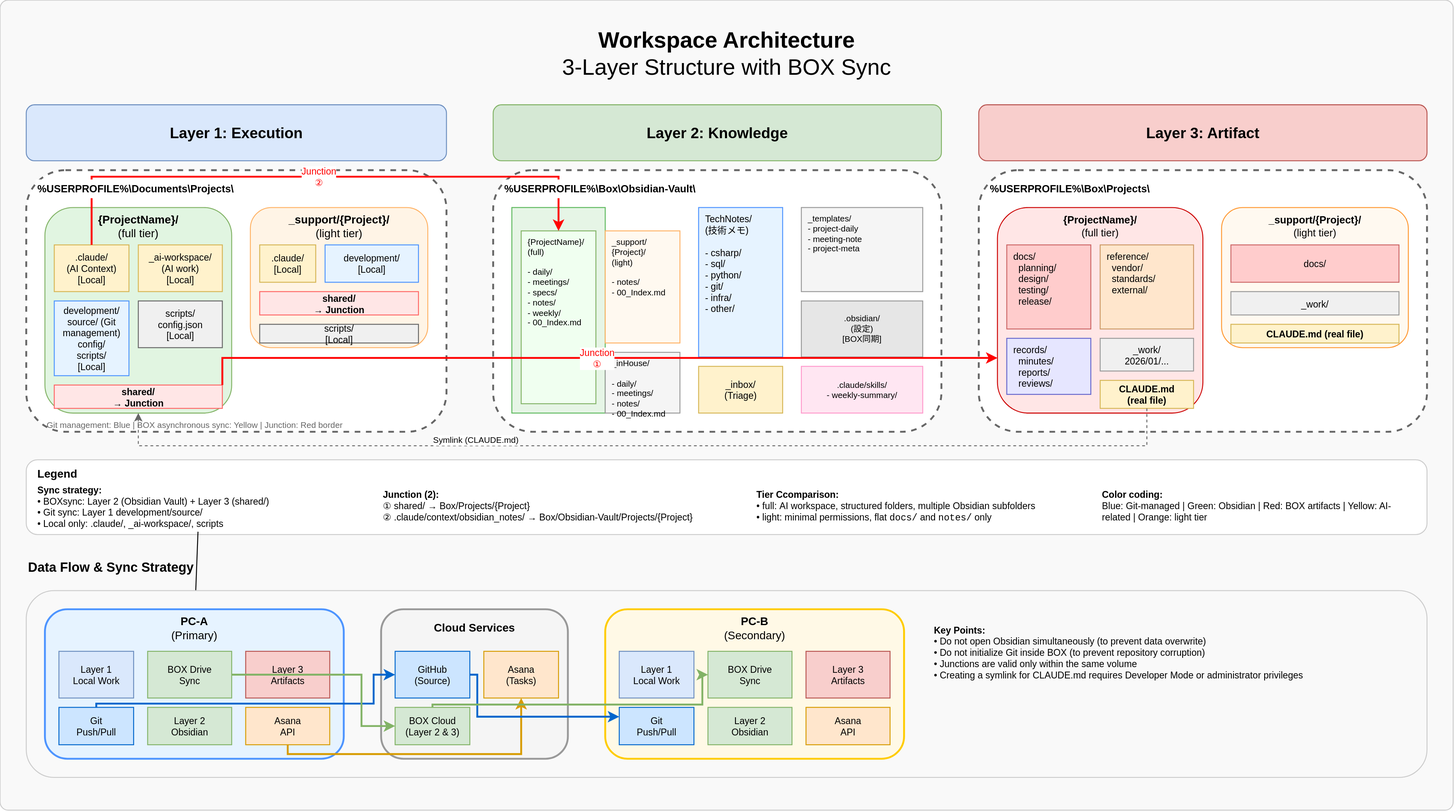
This is _asset/ai-collab-folder-structure.drawio.svg from yt3trees/ai-collab-folder-structure, a draw.io export, as it was before one commit. Source tidied: cells renumbered, new cells last; positions are measured from the earlier drawing's top-left corner, leaving out a move shared by most shapes.
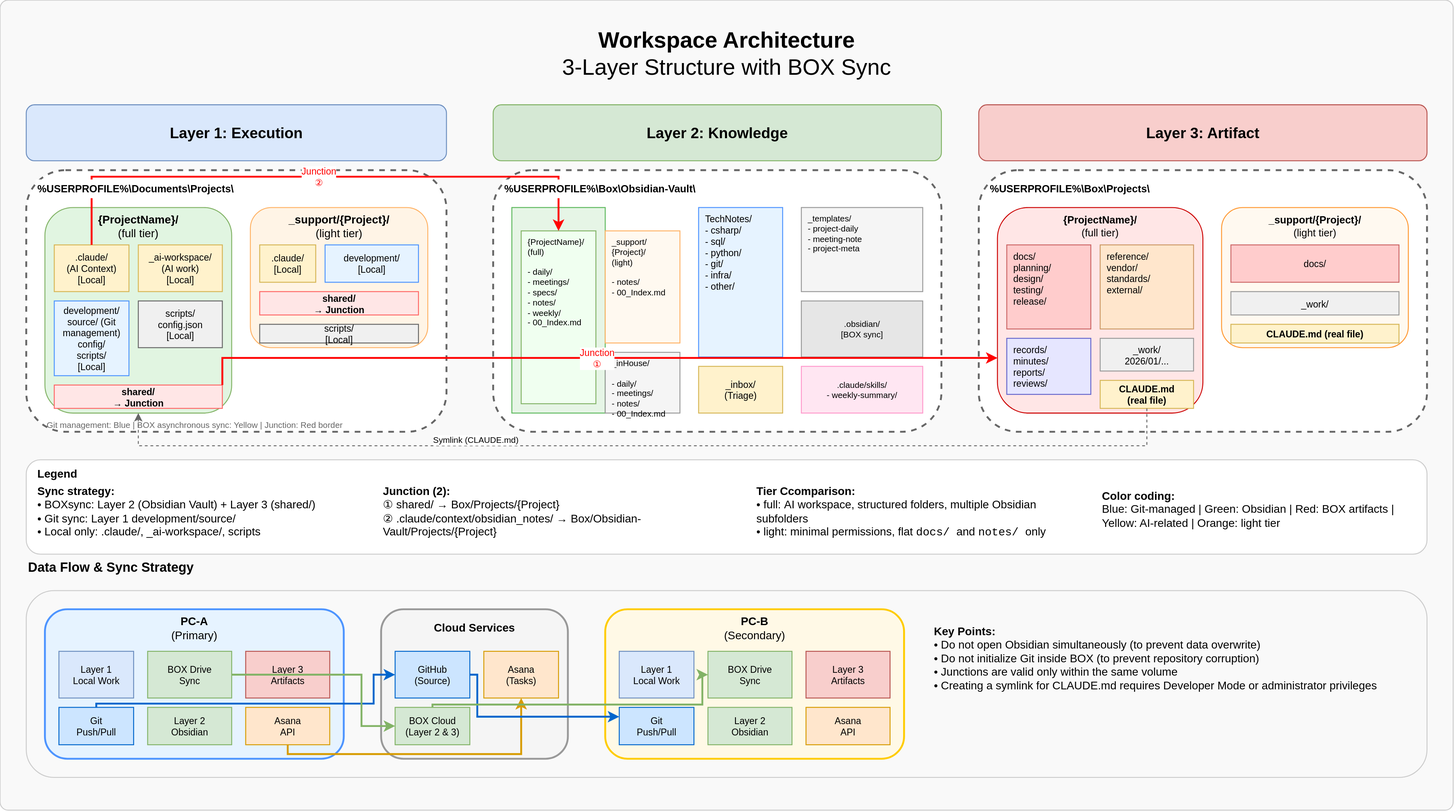
After the commit.

The edit, as a diff of the source:
```diff
@@ -74,7 +74,7 @@
     <mxCell id="25" value="_inHouse/&#10;&#10;- daily/&#10;- meetings/&#10;- notes/&#10;- 00_Index.md" style="rounded=0;whiteSpace=wrap;html=1;fillColor=#f5f5f5;strokeColor=#999999;fontSize=9;align=left;verticalAlign=top;spacingLeft=5;" parent="1" vertex="1">
       <mxGeometry x="648" y="377" width="80" height="65" as="geometry" />
     </mxCell>
-    <mxCell id="26" value="TechNotes/&#10;(技術メモ)&#10;&#10;- csharp/&#10;- sql/&#10;- python/&#10;- git/&#10;- infra/&#10;- other/" style="rounded=0;whiteSpace=wrap;html=1;fillColor=#e6f3ff;strokeColor=#4d94ff;fontSize=10;align=left;verticalAlign=top;spacingLeft=5;" parent="1" vertex="1">
+    <mxCell id="26" value="TechNotes/&lt;br&gt;- csharp/&lt;br&gt;- sql/&lt;br&gt;- python/&lt;br&gt;- git/&lt;br&gt;- infra/&lt;br&gt;- other/" style="rounded=0;whiteSpace=wrap;html=1;fillColor=#e6f3ff;strokeColor=#4d94ff;fontSize=10;align=left;verticalAlign=top;spacingLeft=5;" parent="1" vertex="1">
       <mxGeometry x="748" y="222" width="90" height="160" as="geometry" />
     </mxCell>
     <mxCell id="27" value="_inbox/&#10;(Triage)" style="rounded=0;whiteSpace=wrap;html=1;fillColor=#fff2cc;strokeColor=#d6b656;fontSize=10;" parent="1" vertex="1">
@@ -83,7 +83,7 @@
     <mxCell id="28" value="_templates/&#10;- project-daily&#10;- meeting-note&#10;- project-meta" style="rounded=0;whiteSpace=wrap;html=1;fillColor=#f5f5f5;strokeColor=#999999;fontSize=9;align=left;verticalAlign=top;spacingLeft=5;" parent="1" vertex="1">
       <mxGeometry x="858" y="222" width="130" height="90" as="geometry" />
     </mxCell>
-    <mxCell id="29" value=".obsidian/&#10;(設定)&#10;[BOX同期]" style="rounded=0;whiteSpace=wrap;html=1;fillColor=#e6e6e6;strokeColor=#999999;fontSize=9;" parent="1" vertex="1">
+    <mxCell id="29" value=".obsidian/&lt;br&gt;[BOX sync]" style="rounded=0;whiteSpace=wrap;html=1;fillColor=#e6e6e6;strokeColor=#999999;fontSize=9;" parent="1" vertex="1">
       <mxGeometry x="858" y="322" width="130" height="60" as="geometry" />
     </mxCell>
     <mxCell id="30" value=".claude/skills/&#10;- weekly-summary/" style="rounded=0;whiteSpace=wrap;html=1;fillColor=#ffe6f2;strokeColor=#ff99cc;fontSize=9;" parent="1" vertex="1">
@@ -135,24 +135,21 @@
       <mxGeometry x="1318" y="347" width="180" height="20" as="geometry" />
     </mxCell>
     <mxCell id="46" style="rounded=1;whiteSpace=wrap;html=1;fillColor=#ffffff;strokeColor=#cccccc;strokeWidth=1;" parent="1" vertex="1">
-      <mxGeometry x="28" y="492" width="1500" height="80" as="geometry" />
+      <mxGeometry x="28" y="492" width="1500" height="101" as="geometry" />
     </mxCell>
     <mxCell id="47" value="&lt;b&gt;Legend&lt;/b&gt;" style="text;html=1;strokeColor=none;fillColor=none;align=left;verticalAlign=middle;whiteSpace=wrap;rounded=0;fontSize=12;" parent="1" vertex="1">
       <mxGeometry x="38" y="497" width="100" height="20" as="geometry" />
     </mxCell>
-    <mxCell id="48" style="edgeStyle=none;html=1;" parent="1" edge="1" source="49" target="60">
-      <mxGeometry relative="1" as="geometry" />
-    </mxCell>
-    <mxCell id="49" value="&lt;b&gt;Sync strategy:&lt;/b&gt;&lt;br&gt;• BOXsync: Layer 2 (Obsidian Vault) + Layer 3 (shared/)&lt;br&gt;• Git sync: Layer 1 development/source/&lt;br&gt;• Local only: .claude/, _ai-workspace/, scripts" style="text;html=1;strokeColor=none;fillColor=none;align=left;verticalAlign=top;whiteSpace=wrap;rounded=0;fontSize=10;" parent="1" vertex="1">
+    <mxCell id="49" value="&lt;b&gt;Sync strategy:&lt;/b&gt;&lt;br&gt;• BOXsync: Layer 2 (Obsidian Vault) + Layer 3 (shared/)&lt;br&gt;• Git sync: Layer 1 development/source/&lt;br&gt;• Local only: .claude/, _ai-workspace/, scripts" style="text;html=1;strokeColor=none;fillColor=none;align=left;verticalAlign=top;whiteSpace=wrap;rounded=0;fontSize=12;" parent="1" vertex="1">
       <mxGeometry x="38" y="512" width="350" height="57" as="geometry" />
     </mxCell>
-    <mxCell id="50" value="&lt;b&gt;Junction (2):&lt;/b&gt;&lt;br&gt;① shared/ → Box/Projects/{Project}&lt;br&gt;② .claude/context/obsidian_notes/ → Box/Obsidian-Vault/Projects/{Project}" style="text;html=1;strokeColor=none;fillColor=none;align=left;verticalAlign=top;whiteSpace=wrap;rounded=0;fontSize=10;" parent="1" vertex="1">
-      <mxGeometry x="408" y="517" width="380" height="50" as="geometry" />
+    <mxCell id="50" value="&lt;b&gt;Junction (2):&lt;/b&gt;&lt;br&gt;① shared/ → Box/Projects/{Project}&lt;br&gt;② .claude/context/obsidian_notes/ → Box/Obsidian-Vault/Projects/{Project}" style="text;html=1;strokeColor=none;fillColor=none;align=left;verticalAlign=top;whiteSpace=wrap;rounded=0;fontSize=12;" parent="1" vertex="1">
+      <mxGeometry x="408" y="512" width="380" height="50" as="geometry" />
     </mxCell>
-    <mxCell id="51" value="&lt;b&gt;Tier Ccomparison:&lt;/b&gt;&lt;br&gt;• full:&amp;nbsp;AI workspace, structured folders, multiple Obsidian subfolders&lt;br&gt;• light: minimal permissions, flat &lt;code&gt;docs/&lt;/code&gt; and &lt;code&gt;notes/&lt;/code&gt; only" style="text;html=1;strokeColor=none;fillColor=none;align=left;verticalAlign=top;whiteSpace=wrap;rounded=0;fontSize=10;" parent="1" vertex="1">
-      <mxGeometry x="808" y="517" width="350" height="50" as="geometry" />
+    <mxCell id="51" value="&lt;b&gt;Tier Ccomparison:&lt;/b&gt;&lt;br&gt;• full:&amp;nbsp;AI workspace, structured folders, multiple Obsidian subfolders&lt;br&gt;• light: minimal permissions, flat &lt;code&gt;docs/&lt;/code&gt; and &lt;code&gt;notes/&lt;/code&gt; only" style="text;html=1;strokeColor=none;fillColor=none;align=left;verticalAlign=top;whiteSpace=wrap;rounded=0;fontSize=12;" parent="1" vertex="1">
+      <mxGeometry x="808" y="512" width="350" height="50" as="geometry" />
     </mxCell>
-    <mxCell id="52" value="&lt;b&gt;Color coding:&lt;/b&gt;&lt;br&gt;Blue: Git-managed | Green: Obsidian | Red: BOX artifacts | Yellow: AI-related | Orange: light tier" style="text;html=1;strokeColor=none;fillColor=none;align=left;verticalAlign=top;whiteSpace=wrap;rounded=0;fontSize=10;" parent="1" vertex="1">
+    <mxCell id="52" value="&lt;b&gt;Color coding:&lt;/b&gt;&lt;br&gt;Blue: Git-managed | Green: Obsidian | Red: BOX artifacts | Yellow: AI-related | Orange: light tier" style="text;html=1;strokeColor=none;fillColor=none;align=left;verticalAlign=top;whiteSpace=wrap;rounded=0;fontSize=12;" parent="1" vertex="1">
       <mxGeometry x="1178" y="517" width="340" height="50" as="geometry" />
     </mxCell>
     <mxCell id="53" value="Junction&#10;①" style="edgeStyle=orthogonalEdgeStyle;rounded=0;jettySize=auto;html=1;strokeWidth=2;strokeColor=#ff0000;fontSize=10;fontColor=#ff0000;labelBackgroundColor=#ffffff;" parent="1" edge="1" source="12" target="34">
@@ -294,7 +291,7 @@
         </Array>
       </mxGeometry>
     </mxCell>
-    <mxCell id="85" value="&lt;b&gt;Key Points:&lt;/b&gt;&lt;br&gt;•&amp;nbsp;&lt;span style=&quot;background-color: transparent;&quot;&gt;&lt;font color=&quot;#000000&quot;&gt;Do not open Obsidian simultaneously (to prevent data overwrite)&lt;br&gt;&lt;/font&gt;&lt;/span&gt;&lt;div&gt;&lt;span style=&quot;color: rgb(0, 0, 0); background-color: transparent;&quot;&gt;•&amp;nbsp;&lt;/span&gt;&lt;font color=&quot;#000000&quot;&gt;Do not initialize Git inside BOX (to prevent repository corruption)&lt;/font&gt;&lt;/div&gt;&lt;div&gt;&lt;span style=&quot;color: rgb(0, 0, 0); background-color: transparent;&quot;&gt;•&amp;nbsp;&lt;/span&gt;&lt;font color=&quot;#000000&quot;&gt;Junctions are valid only within the same volume&lt;/font&gt;&lt;/div&gt;&lt;div&gt;&lt;span style=&quot;color: rgb(0, 0, 0); background-color: transparent;&quot;&gt;•&amp;nbsp;&lt;/span&gt;&lt;font color=&quot;#000000&quot;&gt;Creating a symlink for CLAUDE.md requires Developer Mode or administrator privileges&lt;/font&gt;&lt;/div&gt;" style="text;html=1;strokeColor=none;fillColor=none;align=left;verticalAlign=top;whiteSpace=wrap;rounded=0;fontSize=10;" parent="1" vertex="1">
+    <mxCell id="85" value="&lt;b&gt;Key Points:&lt;/b&gt;&lt;br&gt;•&amp;nbsp;&lt;span style=&quot;background-color: transparent;&quot;&gt;&lt;font color=&quot;#000000&quot;&gt;Do not open Obsidian simultaneously (to prevent data overwrite)&lt;br&gt;&lt;/font&gt;&lt;/span&gt;&lt;div&gt;&lt;span style=&quot;color: rgb(0, 0, 0); background-color: transparent;&quot;&gt;•&amp;nbsp;&lt;/span&gt;&lt;font color=&quot;#000000&quot;&gt;Do not initialize Git inside BOX (to prevent repository corruption)&lt;/font&gt;&lt;/div&gt;&lt;div&gt;&lt;span style=&quot;color: rgb(0, 0, 0); background-color: transparent;&quot;&gt;•&amp;nbsp;&lt;/span&gt;&lt;font color=&quot;#000000&quot;&gt;Junctions are valid only within the same volume&lt;/font&gt;&lt;/div&gt;&lt;div&gt;&lt;span style=&quot;color: rgb(0, 0, 0); background-color: transparent;&quot;&gt;•&amp;nbsp;&lt;/span&gt;&lt;font color=&quot;#000000&quot;&gt;Creating a symlink for CLAUDE.md requires Developer Mode or administrator privileges&lt;/font&gt;&lt;/div&gt;" style="text;html=1;strokeColor=none;fillColor=none;align=left;verticalAlign=top;whiteSpace=wrap;rounded=0;fontSize=12;" parent="1" vertex="1">
       <mxGeometry x="998" y="662" width="510" height="140" as="geometry" />
     </mxCell>
     <mxCell id="86" value="&lt;b&gt;%USERPROFILE%\Box\Obsidian-Vault\&lt;/b&gt;" style="text;html=1;strokeColor=none;fillColor=#FFFFFF;align=left;verticalAlign=middle;whiteSpace=wrap;rounded=0;fontSize=11;" parent="1" vertex="1">
```
